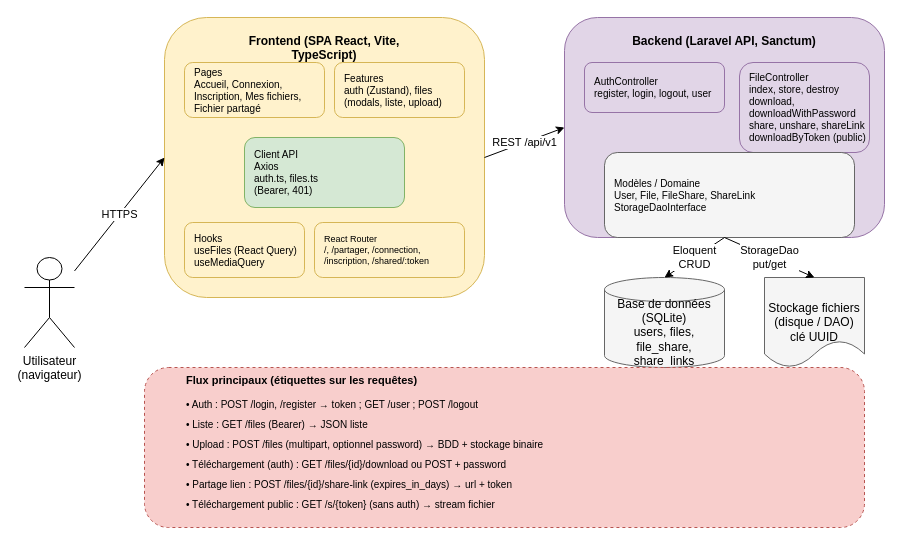
Earlier version of the draw.io diagram docs/diagrams/architecture-flux.drawio (laurentcoufinal/projet4). Source tidied: cells renumbered, new cells numbered last; positions are measured from the earlier drawing's top-left corner, leaving out a move shared by most shapes. Both pictures are drawn from the tidied source at 100%, with x=0, y=0 at pixel (24, 17).
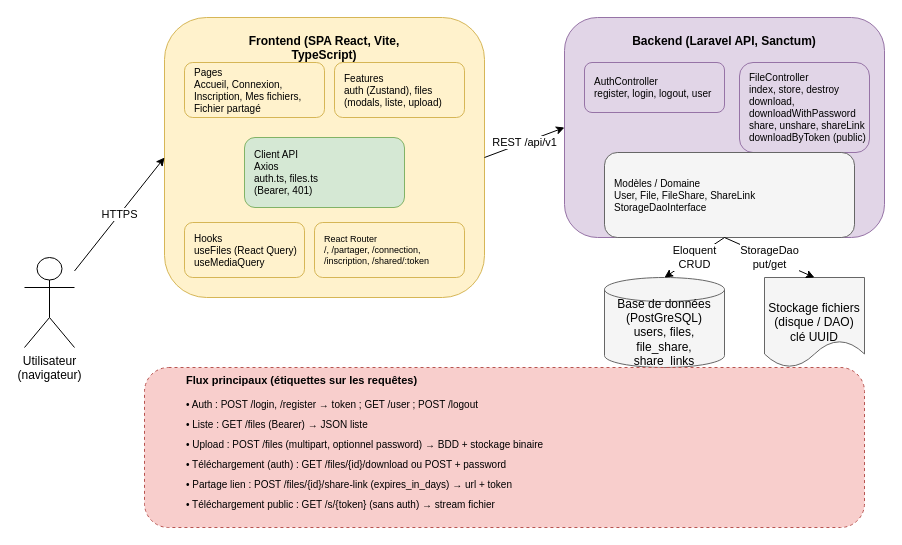
After the change.

Commit message (it also covers changes not shown here):
doc:mise a jour graphiques

Diff of the diagram source:
```diff
@@
-    <mxCell id="15" value="Base de données&#10;(SQLite)&#10;users, files, file_share,&#10;share_links" style="shape=cylinder3;whiteSpace=wrap;html=1;boundedLbl=1;backgroundOutline=1;size=12;fillColor=#f5f5f5;strokeColor=#666666;" parent="1" vertex="1">
+    <mxCell id="15" value="Base de données&lt;br&gt;(PostGreSQL)&lt;br&gt;users, files, file_share,&lt;br&gt;share_links" style="shape=cylinder3;whiteSpace=wrap;html=1;boundedLbl=1;backgroundOutline=1;size=12;fillColor=#f5f5f5;strokeColor=#666666;" parent="1" vertex="1">
       <mxGeometry x="580" y="260" width="120" height="90" as="geometry" />
     </mxCell>
```
